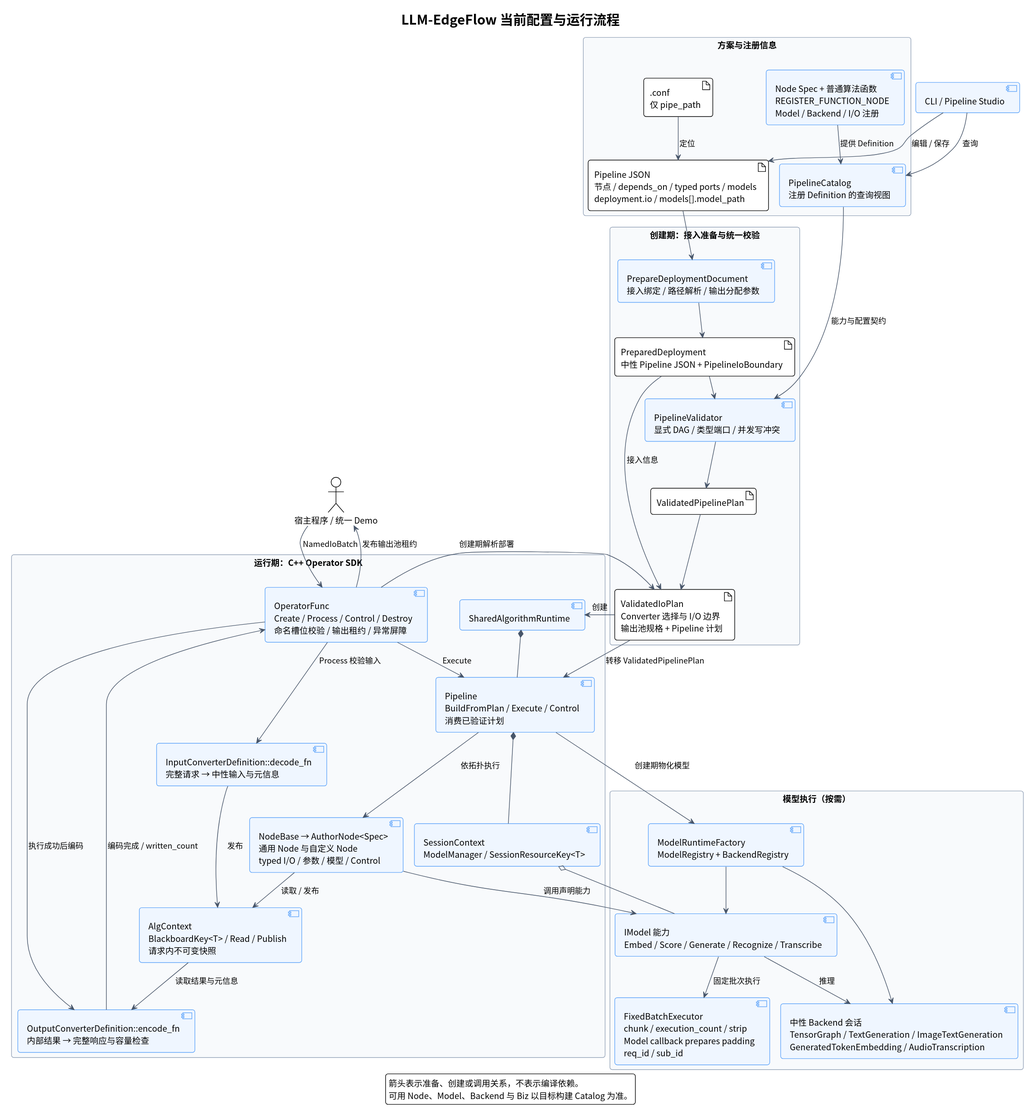
Earlier version of the PlantUML export doc/assets/architecture_flow.svg (chamsechan/LLM-EdgeFlow). Its source is kept beside it as doc/architecture_flow.puml.
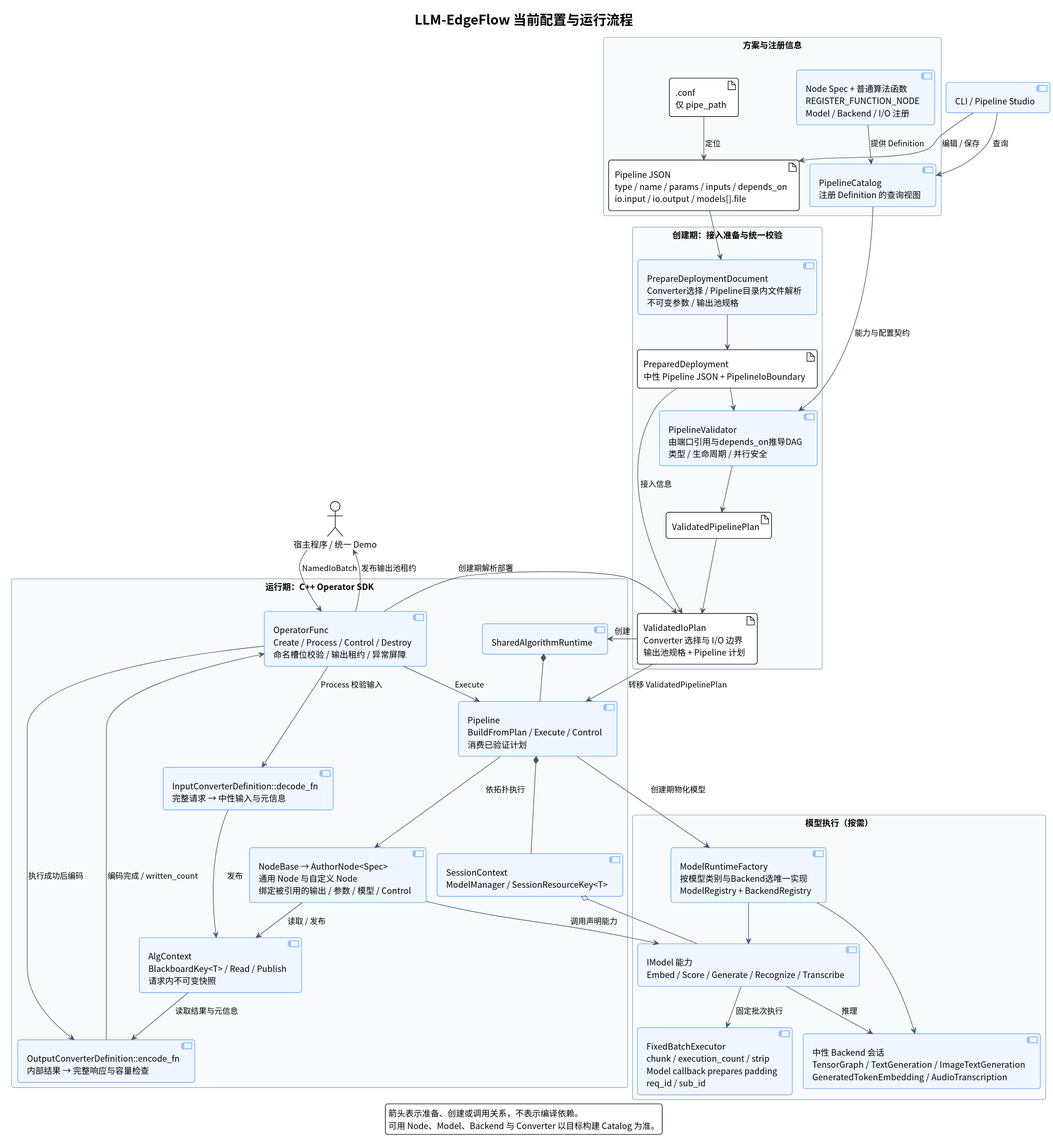
Above is the later version.

What changed in the source:
```diff
@@ -15,7 +15,7 @@
 title LLM-EdgeFlow 当前配置与运行流程
 legend bottom
   箭头表示准备、创建或调用关系，不表示编译依赖。
-  可用 Node、Model、Backend 与 Biz 以目标构建 Catalog 为准。
+  可用 Node、Model、Backend 与 Converter 以目标构建 Catalog 为准。
 endlegend
 
 actor "宿主程序 / 统一 Demo" as Caller
@@ -23,15 +23,15 @@
 
 package "方案与注册信息" {
   artifact ".conf\n仅 pipe_path" as Conf
-  artifact "Pipeline JSON\n节点 / depends_on / typed ports / models\ndeployment.io / models[].model_path" as Document
+  artifact "Pipeline JSON\ntype / name / params / inputs / depends_on\nio.input / io.output / models[].file" as Document
   component "PipelineCatalog\n注册 Definition 的查询视图" as Catalog
   component "Node Spec + 普通算法函数\nREGISTER_FUNCTION_NODE\nModel / Backend / I/O 注册" as Definitions
 }
 
 package "创建期：接入准备与统一校验" {
-  component "PrepareDeploymentDocument\n接入绑定 / 路径解析 / 输出分配参数" as Prepare
+  component "PrepareDeploymentDocument\nConverter选择 / Pipeline目录内文件解析\n不可变参数 / 输出池规格" as Prepare
   artifact "PreparedDeployment\n中性 Pipeline JSON + PipelineIoBoundary" as Prepared
-  component "PipelineValidator\n显式 DAG / 类型端口 / 并发写冲突" as Validator
+  component "PipelineValidator\n由端口引用与depends_on推导DAG\n类型 / 生命周期 / 并行安全" as Validator
   artifact "ValidatedPipelinePlan" as PipelinePlan
   artifact "ValidatedIoPlan\nConverter 选择与 I/O 边界\n输出池规格 + Pipeline 计划" as IoPlan
 }
@@ -44,11 +44,11 @@
   component "Pipeline\nBuildFromPlan / Execute / Control\n消费已验证计划" as Pipeline
   component "AlgContext\nBlackboardKey<T> / Read / Publish\n请求内不可变快照" as Context
   component "SessionContext\nModelManager / SessionResourceKey<T>" as Session
-  component "NodeBase → AuthorNode<Spec>\n通用 Node 与自定义 Node\ntyped I/O / 参数 / 模型 / Control" as Nodes
+  component "NodeBase → AuthorNode<Spec>\n通用 Node 与自定义 Node\n绑定被引用的输出 / 参数 / 模型 / Control" as Nodes
 }
 
 package "模型执行（按需）" {
-  component "ModelRuntimeFactory\nModelRegistry + BackendRegistry" as Factory
+  component "ModelRuntimeFactory\n按模型类别与Backend选唯一实现\nModelRegistry + BackendRegistry" as Factory
   component "IModel 能力\nEmbed / Score / Generate / Recognize / Transcribe" as Model
   component "中性 Backend 会话\nTensorGraph / TextGeneration / ImageTextGeneration\nGeneratedTokenEmbedding / AudioTranscription" as Backend
   component "FixedBatchExecutor\nchunk / execution_count / strip\nModel callback prepares padding\nreq_id / sub_id" as Batch
```
